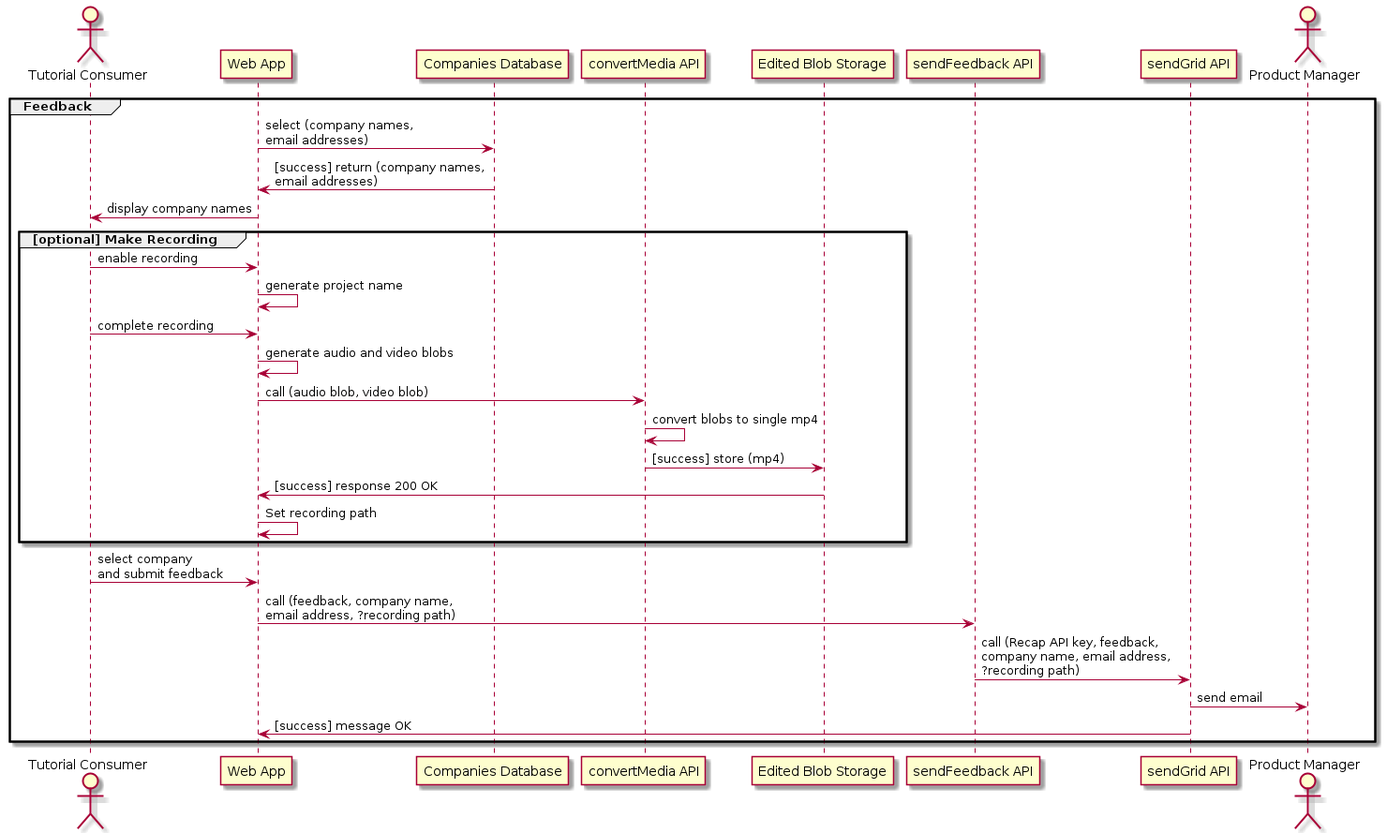
Above: out/examples/feedback/feedback.png in jennifer-platt/ECM2429-UML (PlantUML), before the change.
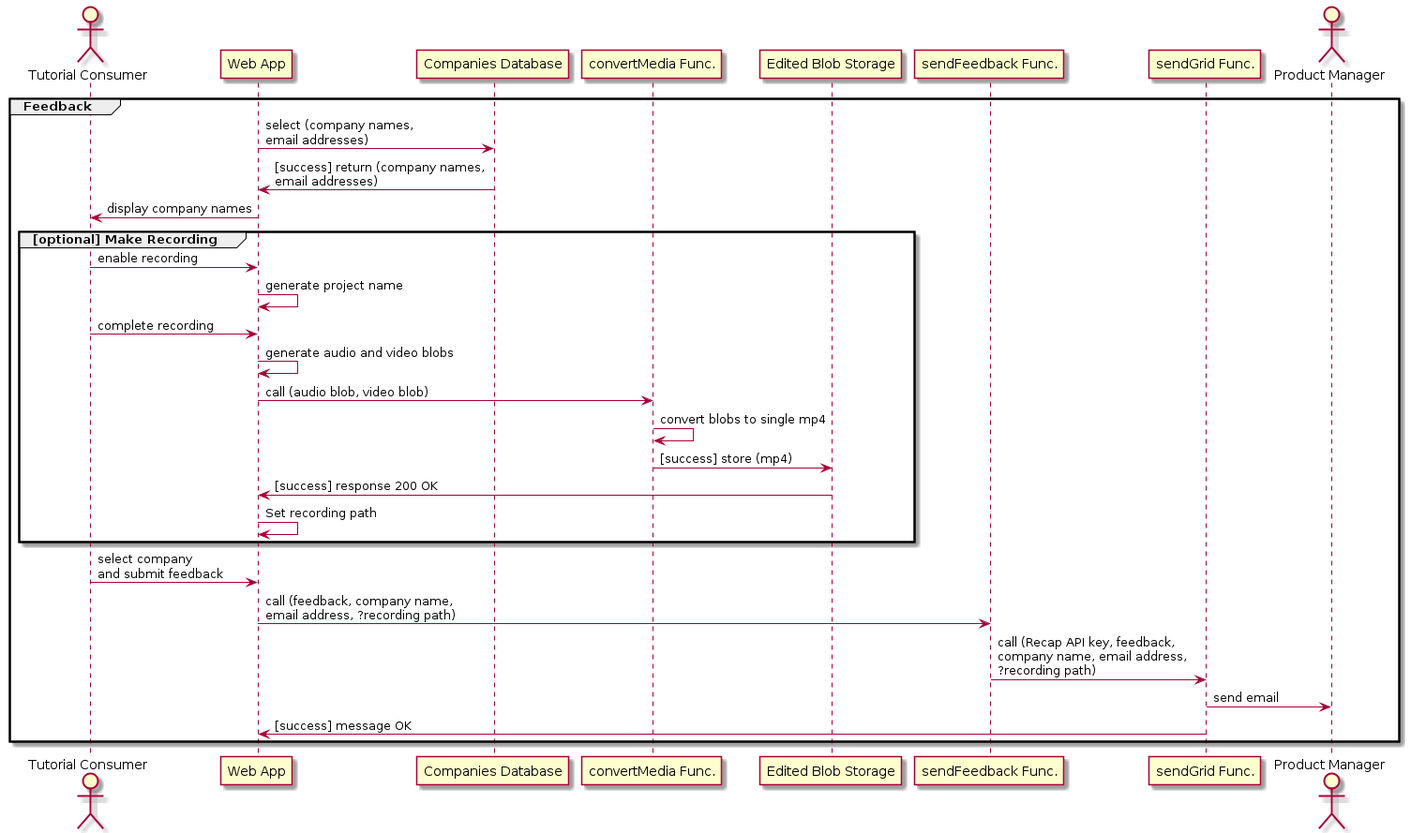
The same diagram one commit later.

Diff of the diagram source:
```diff
@@ -14,19 +14,19 @@
 
 "Web App" <- "Web App": generate audio and video blobs
 
-"Web App" -> "convertMedia API": call (audio blob, video blob)
-"convertMedia API" <- "convertMedia API": convert blobs to single mp4
-"Edited Blob Storage" <- "convertMedia API": [success] store (mp4)
+"Web App" -> "convertMedia Func.": call (audio blob, video blob)
+"convertMedia Func." <- "convertMedia Func.": convert blobs to single mp4
+"Edited Blob Storage" <- "convertMedia Func.": [success] store (mp4)
 "Web App" <- "Edited Blob Storage": [success] response 200 OK
 "Web App" <- "Web App": Set recording path
 end
 
 "Tutorial Consumer" -> "Web App": select company \nand submit feedback
-"Web App" -> "sendFeedback API": call (feedback, company name, \nemail address, ?recording path)
-"sendFeedback API" ->  "sendGrid API": call (Recap API key, feedback, \ncompany name, email address, \n?recording path)
+"Web App" -> "sendFeedback Func.": call (feedback, company name, \nemail address, ?recording path)
+"sendFeedback Func." ->  "sendGrid Func.": call (Recap API key, feedback, \ncompany name, email address, \n?recording path)
 Actor "Product Manager"
-"sendGrid API" -> "Product Manager": send email
-"sendGrid API" -> "Web App": [success] message OK
+"sendGrid Func." -> "Product Manager": send email
+"sendGrid Func." -> "Web App": [success] message OK
 end
 
 @enduml
```
